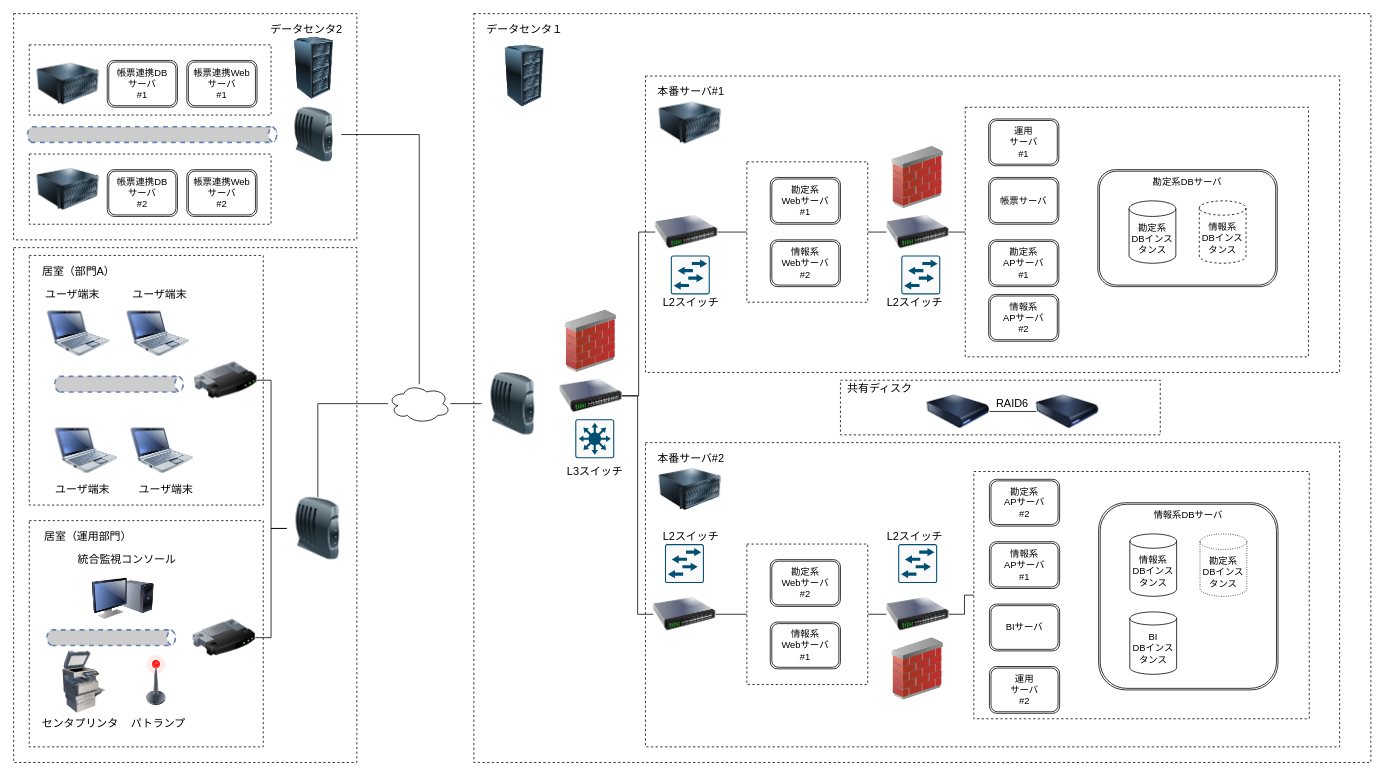
The draw.io diagram knjo-info-system.drawio in shunikd/sandbox, before the edit. Source tidied: cells renumbered, new cells numbered last; positions are measured from the earlier drawing's top-left corner, leaving out a move shared by most shapes. Both pictures are drawn from the tidied source at 78%, with x=0, y=0 at pixel (13, 13).
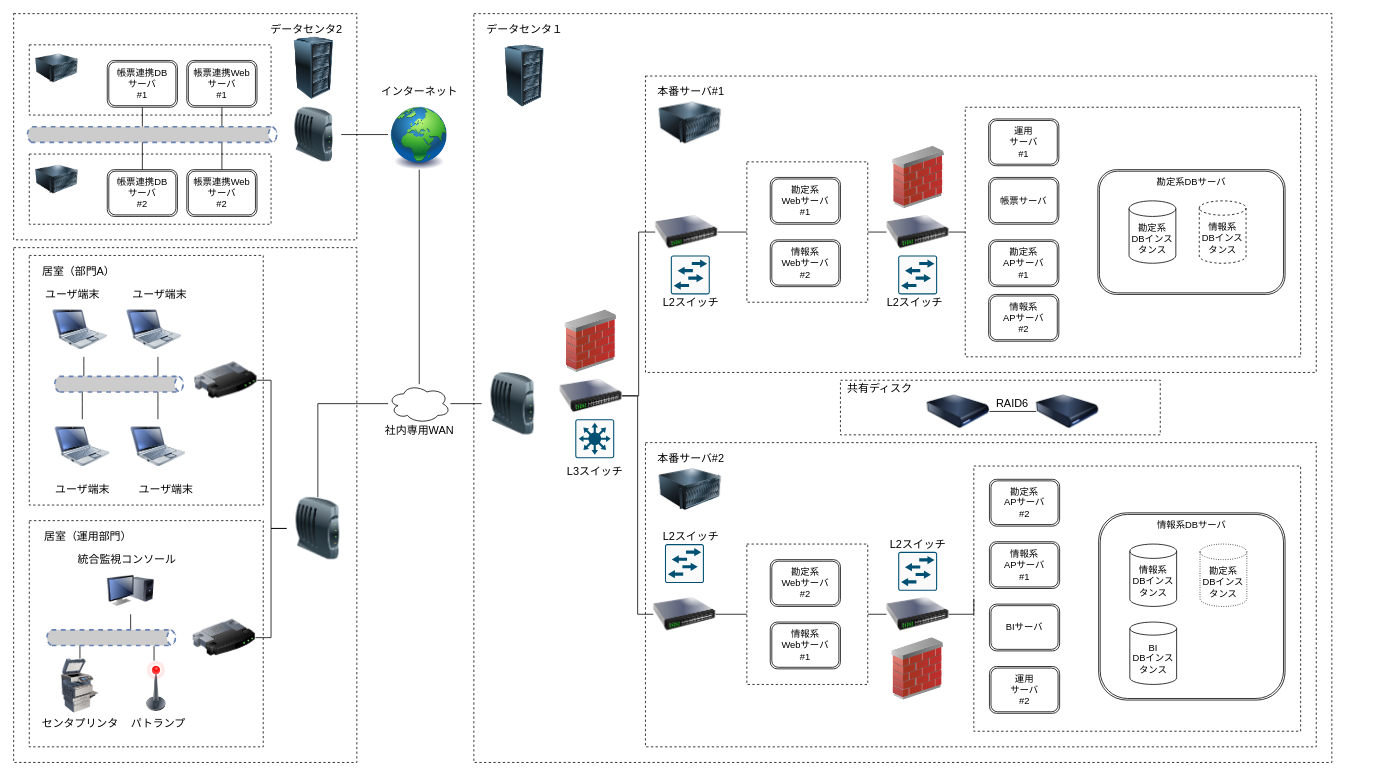
Above is the later version.

Commit message (it also covers changes not shown here):
knjo-info-system.drawio を更新します

The change refers to these unchanged cells:
```xml
<mxCell id="30" style="ellipse;shape=cloud;whiteSpace=wrap;html=1;" parent="1" vertex="1">
  <mxGeometry x="480" y="475" width="80" height="50" as="geometry" />
</mxCell>
<mxCell id="56" style="image;html=1;image=img/lib/clip_art/networking/Switch_128x128.png;dashed=1;fillColor=none;" parent="1" vertex="1">
  <mxGeometry x="1119" y="730" width="80" height="80" as="geometry" />
</mxCell>
<mxCell id="72" style="image;html=1;image=img/lib/clip_art/networking/Modem_128x128.png;" parent="1" vertex="1">
  <mxGeometry x="350" y="120" width="70" height="70" as="geometry" />
</mxCell>
<mxCell id="74" value="帳票連携Webサーバ&lt;br&gt;#2" style="shape=ext;double=1;rounded=1;whiteSpace=wrap;html=1;" parent="1" vertex="1">
  <mxGeometry x="222" y="200" width="90" height="60" as="geometry" />
</mxCell>
<mxCell id="75" value="帳票連携DB&lt;br&gt;サーバ&lt;br&gt;#2" style="shape=ext;double=1;rounded=1;whiteSpace=wrap;html=1;" parent="1" vertex="1">
  <mxGeometry x="120" y="200" width="90" height="60" as="geometry" />
</mxCell>
<mxCell id="84" style="html=1;outlineConnect=0;fillColor=#CCCCCC;strokeColor=#6881B3;gradientColor=none;gradientDirection=north;strokeWidth=2;shape=mxgraph.networks.bus;gradientColor=none;gradientDirection=north;fontColor=#ffffff;perimeter=backbonePerimeter;backboneSize=20;dashed=1;" parent="1" vertex="1">
  <mxGeometry x="50" y="470" width="170" height="10" as="geometry" />
</mxCell>
<mxCell id="85" style="html=1;outlineConnect=0;fillColor=#CCCCCC;strokeColor=#6881B3;gradientColor=none;gradientDirection=north;strokeWidth=2;shape=mxgraph.networks.bus;gradientColor=none;gradientDirection=north;fontColor=#ffffff;perimeter=backbonePerimeter;backboneSize=20;dashed=1;" parent="1" vertex="1">
  <mxGeometry x="40" y="795" width="170" height="10" as="geometry" />
</mxCell>
<mxCell id="86" value="帳票連携Webサーバ&lt;br&gt;#1" style="shape=ext;double=1;rounded=1;whiteSpace=wrap;html=1;" parent="1" vertex="1">
  <mxGeometry x="222" y="60" width="90" height="60" as="geometry" />
</mxCell>
<mxCell id="87" value="帳票連携DB&lt;br&gt;サーバ&lt;br&gt;#1" style="shape=ext;double=1;rounded=1;whiteSpace=wrap;html=1;" parent="1" vertex="1">
  <mxGeometry x="120" y="60" width="90" height="60" as="geometry" />
</mxCell>
<mxCell id="89" style="html=1;outlineConnect=0;fillColor=#CCCCCC;strokeColor=#6881B3;gradientColor=none;gradientDirection=north;strokeWidth=2;shape=mxgraph.networks.bus;gradientColor=none;gradientDirection=north;fontColor=#ffffff;perimeter=backbonePerimeter;backboneSize=20;dashed=1;" parent="1" vertex="1">
  <mxGeometry x="15" y="150" width="325" height="10" as="geometry" />
</mxCell>
```

Change to the diagram source:
```diff
@@
     <mxCell id="2" style="rounded=0;whiteSpace=wrap;html=1;dashed=1;fillColor=none;" parent="1" vertex="1">
-      <mxGeometry x="590" width="1150" height="960" as="geometry" />
+      <mxGeometry x="590" width="1100" height="960" as="geometry" />
     </mxCell>
@@
     <mxCell id="8" style="rounded=0;whiteSpace=wrap;html=1;dashed=1;fillColor=none;" parent="1" vertex="1">
-      <mxGeometry x="810" y="550" width="890" height="390" as="geometry" />
+      <mxGeometry x="810" y="550" width="860" height="390" as="geometry" />
     </mxCell>
     <mxCell id="9" style="rounded=0;whiteSpace=wrap;html=1;dashed=1;fillColor=none;" parent="1" vertex="1">
-      <mxGeometry x="810" y="80" width="890" height="380" as="geometry" />
+      <mxGeometry x="810" y="80" width="860" height="380" as="geometry" />
     </mxCell>
@@
     <mxCell id="13" style="rounded=0;whiteSpace=wrap;html=1;dashed=1;fillColor=none;" parent="1" vertex="1">
-      <mxGeometry x="1231" y="587" width="430" height="317" as="geometry" />
+      <mxGeometry x="1231" y="580" width="419" height="340" as="geometry" />
     </mxCell>
     <mxCell id="14" style="rounded=0;whiteSpace=wrap;html=1;dashed=1;fillColor=none;" parent="1" vertex="1">
-      <mxGeometry x="1220" y="120" width="440" height="320" as="geometry" />
+      <mxGeometry x="1220" y="120" width="430" height="320" as="geometry" />
     </mxCell>
@@
+    <mxCell id="110" style="edgeStyle=orthogonalEdgeStyle;rounded=0;jettySize=auto;html=1;endArrow=none;endFill=0;fontSize=14;" parent="1" edge="1" source="18" target="84">
+      <mxGeometry relative="1" as="geometry">
+        <Array as="points">
+          <mxPoint x="185" y="464" />
+          <mxPoint x="185" y="464" />
+        </Array>
+      </mxGeometry>
+    </mxCell>
     <mxCell id="18" style="image;html=1;image=img/lib/clip_art/computers/Netbook_128x128.png;" parent="1" vertex="1">
-      <mxGeometry x="145" y="370" width="80" height="80" as="geometry" />
+      <mxGeometry x="145" y="370" width="70" height="70" as="geometry" />
     </mxCell>
@@
-    <mxCell id="29" style="edgeStyle=orthogonalEdgeStyle;rounded=0;jettySize=auto;html=1;entryX=1;entryY=0.5;entryDx=0;entryDy=0;endArrow=none;endFill=0;" parent="1" edge="1" source="30" target="72">
+    <mxCell id="29" style="edgeStyle=orthogonalEdgeStyle;rounded=0;jettySize=auto;html=1;entryX=1;entryY=0.5;entryDx=0;entryDy=0;endArrow=none;endFill=0;" parent="1" edge="1" source="121" target="72">
       <mxGeometry relative="1" as="geometry">
         <Array as="points">
           <mxPoint x="520" y="155" />
         </Array>
       </mxGeometry>
     </mxCell>
@@
     <mxCell id="36" style="verticalLabelPosition=bottom;html=1;verticalAlign=top;align=center;shape=mxgraph.cisco19.rect;prIcon=l2_switch;fillColor=#FAFAFA;strokeColor=#005073;" parent="1" vertex="1">
-      <mxGeometry x="1138" y="310" width="50" height="50" as="geometry" />
+      <mxGeometry x="1134" y="310" width="50" height="50" as="geometry" />
     </mxCell>
     <mxCell id="37" style="verticalLabelPosition=bottom;html=1;verticalAlign=top;align=center;shape=mxgraph.cisco19.rect;prIcon=l2_switch;fillColor=#FAFAFA;strokeColor=#005073;" parent="1" vertex="1">
-      <mxGeometry x="1134" y="680" width="50" height="50" as="geometry" />
+      <mxGeometry x="1134" y="690" width="50" height="50" as="geometry" />
     </mxCell>
@@
     <mxCell id="39" value="勘定系DBサーバ" style="shape=ext;double=1;rounded=1;whiteSpace=wrap;html=1;verticalAlign=top;" parent="1" vertex="1">
-      <mxGeometry x="1390" y="200" width="230" height="150" as="geometry" />
+      <mxGeometry x="1390" y="200" width="240" height="160" as="geometry" />
     </mxCell>
@@
     <mxCell id="41" value="情報系DBサーバ" style="shape=ext;double=1;rounded=1;whiteSpace=wrap;html=1;verticalAlign=top;" parent="1" vertex="1">
-      <mxGeometry x="1391" y="627" width="230" height="240" as="geometry" />
+      <mxGeometry x="1391" y="640" width="239" height="240" as="geometry" />
     </mxCell>
     <mxCell id="42" value="情報系&lt;br&gt;DBインスタンス" style="shape=cylinder3;whiteSpace=wrap;html=1;boundedLbl=1;backgroundOutline=1;size=9.199981689453125;" parent="1" vertex="1">
-      <mxGeometry x="1431" y="667" width="60" height="80" as="geometry" />
+      <mxGeometry x="1431" y="680" width="60" height="80" as="geometry" />
     </mxCell>
     <mxCell id="43" value="BI&lt;br&gt;DBインスタンス" style="shape=cylinder3;whiteSpace=wrap;html=1;boundedLbl=1;backgroundOutline=1;size=8.399993896484375;" parent="1" vertex="1">
-      <mxGeometry x="1431" y="767" width="60" height="80" as="geometry" />
+      <mxGeometry x="1431" y="780" width="60" height="80" as="geometry" />
     </mxCell>
     <mxCell id="44" value="勘定系&lt;br&gt;DBインスタンス" style="shape=cylinder3;whiteSpace=wrap;html=1;boundedLbl=1;backgroundOutline=1;size=9.999984741210938;dashed=1;dashPattern=1 2;" parent="1" vertex="1">
-      <mxGeometry x="1521" y="667" width="60" height="80" as="geometry" />
+      <mxGeometry x="1521" y="680" width="60" height="80" as="geometry" />
     </mxCell>
@@
     <mxCell id="55" style="edgeStyle=orthogonalEdgeStyle;rounded=0;jettySize=auto;html=1;entryX=0;entryY=0.5;entryDx=0;entryDy=0;endArrow=none;endFill=0;" parent="1" edge="1" source="56" target="13">
-      <mxGeometry relative="1" as="geometry" />
+      <mxGeometry relative="1" as="geometry">
+        <Array as="points">
+          <mxPoint x="1231" y="770" />
+        </Array>
+      </mxGeometry>
     </mxCell>
@@
+    <mxCell id="111" style="edgeStyle=orthogonalEdgeStyle;rounded=0;jettySize=auto;html=1;endArrow=none;endFill=0;fontSize=14;" parent="1" edge="1" source="57" target="84">
+      <mxGeometry relative="1" as="geometry">
+        <Array as="points">
+          <mxPoint x="90" y="450" />
+          <mxPoint x="90" y="450" />
+        </Array>
+      </mxGeometry>
+    </mxCell>
     <mxCell id="57" style="image;html=1;image=img/lib/clip_art/computers/Netbook_128x128.png;" parent="1" vertex="1">
-      <mxGeometry x="43" y="370" width="80" height="80" as="geometry" />
+      <mxGeometry x="50" y="370" width="70" height="70" as="geometry" />
     </mxCell>
+    <mxCell id="112" style="edgeStyle=orthogonalEdgeStyle;rounded=0;jettySize=auto;html=1;endArrow=none;endFill=0;fontSize=14;" parent="1" edge="1" source="58" target="84">
+      <mxGeometry relative="1" as="geometry">
+        <Array as="points">
+          <mxPoint x="185" y="500" />
+          <mxPoint x="185" y="500" />
+        </Array>
+      </mxGeometry>
+    </mxCell>
     <mxCell id="58" style="image;html=1;image=img/lib/clip_art/computers/Netbook_128x128.png;" parent="1" vertex="1">
-      <mxGeometry x="150" y="520" width="80" height="80" as="geometry" />
+      <mxGeometry x="150" y="520" width="70" height="70" as="geometry" />
     </mxCell>
@@
+    <mxCell id="113" style="edgeStyle=orthogonalEdgeStyle;rounded=0;jettySize=auto;html=1;endArrow=none;endFill=0;fontSize=14;" parent="1" edge="1" source="64" target="85">
+      <mxGeometry relative="1" as="geometry">
+        <Array as="points">
+          <mxPoint x="150" y="780" />
+          <mxPoint x="150" y="780" />
+        </Array>
+      </mxGeometry>
+    </mxCell>
     <mxCell id="64" style="image;html=1;image=img/lib/clip_art/computers/Monitor_Tower_128x128.png;dashed=1;fillColor=none;" parent="1" vertex="1">
-      <mxGeometry x="100" y="710" width="80" height="80" as="geometry" />
+      <mxGeometry x="120" y="710" width="60" height="60" as="geometry" />
     </mxCell>
+    <mxCell id="114" style="edgeStyle=orthogonalEdgeStyle;rounded=0;jettySize=auto;html=1;endArrow=none;endFill=0;fontSize=14;" parent="1" edge="1" source="65" target="85">
+      <mxGeometry relative="1" as="geometry">
+        <Array as="points">
+          <mxPoint x="85" y="820" />
+          <mxPoint x="85" y="820" />
+        </Array>
+      </mxGeometry>
+    </mxCell>
     <mxCell id="65" style="image;html=1;image=img/lib/clip_art/computers/Printer_Commercial_128x128.png;dashed=1;fillColor=none;" parent="1" vertex="1">
-      <mxGeometry x="50" y="817" width="80" height="80" as="geometry" />
+      <mxGeometry x="50" y="827" width="70" height="70" as="geometry" />
     </mxCell>
@@
+    <mxCell id="115" style="edgeStyle=orthogonalEdgeStyle;rounded=0;jettySize=auto;html=1;endArrow=none;endFill=0;fontSize=14;" parent="1" edge="1" source="74" target="89">
+      <mxGeometry relative="1" as="geometry">
+        <Array as="points">
+          <mxPoint x="267" y="170" />
+          <mxPoint x="267" y="170" />
+        </Array>
+      </mxGeometry>
+    </mxCell>
@@
+    <mxCell id="116" style="edgeStyle=orthogonalEdgeStyle;rounded=0;jettySize=auto;html=1;exitX=0.5;exitY=0;exitDx=0;exitDy=0;endArrow=none;endFill=0;fontSize=14;" parent="1" edge="1" source="75" target="89">
+      <mxGeometry relative="1" as="geometry">
+        <Array as="points">
+          <mxPoint x="165" y="170" />
+          <mxPoint x="165" y="170" />
+        </Array>
+      </mxGeometry>
+    </mxCell>
@@
     <mxCell id="76" style="image;html=1;image=img/lib/clip_art/computers/Server_128x128.png;dashed=1;fillColor=none;" parent="1" vertex="1">
-      <mxGeometry x="30" y="185" width="80" height="80" as="geometry" />
+      <mxGeometry x="28" y="185" width="55" height="55" as="geometry" />
     </mxCell>
@@
     <mxCell id="79" style="image;html=1;image=img/lib/clip_art/networking/Firewall_02_128x128.png;dashed=1;fillColor=none;" parent="1" vertex="1">
-      <mxGeometry x="1119" y="170" width="80" height="80" as="geometry" />
+      <mxGeometry x="1120" y="170" width="80" height="80" as="geometry" />
     </mxCell>
@@
+    <mxCell id="117" style="edgeStyle=orthogonalEdgeStyle;rounded=0;jettySize=auto;html=1;endArrow=none;endFill=0;fontSize=14;" parent="1" edge="1" source="82" target="84">
+      <mxGeometry relative="1" as="geometry">
+        <Array as="points">
+          <mxPoint x="88" y="500" />
+          <mxPoint x="88" y="500" />
+        </Array>
+      </mxGeometry>
+    </mxCell>
     <mxCell id="82" style="image;html=1;image=img/lib/clip_art/computers/Netbook_128x128.png;" parent="1" vertex="1">
-      <mxGeometry x="53" y="520" width="80" height="80" as="geometry" />
+      <mxGeometry x="53" y="520" width="70" height="70" as="geometry" />
     </mxCell>
+    <mxCell id="118" style="edgeStyle=orthogonalEdgeStyle;rounded=0;jettySize=auto;html=1;endArrow=none;endFill=0;fontSize=14;" parent="1" edge="1" source="83">
+      <mxGeometry relative="1" as="geometry">
+        <mxPoint x="180" y="810.8" as="targetPoint" />
+        <Array as="points">
+          <mxPoint x="180" y="820" />
+          <mxPoint x="180" y="820" />
+        </Array>
+      </mxGeometry>
+    </mxCell>
     <mxCell id="83" style="image;html=1;image=img/lib/clip_art/telecommunication/Signal_tower_off_128x128.png;dashed=1;fillColor=none;" parent="1" vertex="1">
-      <mxGeometry x="150" y="822" width="65" height="65" as="geometry" />
+      <mxGeometry x="150" y="829.5" width="65" height="65" as="geometry" />
     </mxCell>
@@
+    <mxCell id="119" style="edgeStyle=orthogonalEdgeStyle;rounded=0;jettySize=auto;html=1;endArrow=none;endFill=0;fontSize=14;" parent="1" edge="1" source="86" target="89">
+      <mxGeometry relative="1" as="geometry">
+        <Array as="points">
+          <mxPoint x="267" y="140" />
+          <mxPoint x="267" y="140" />
+        </Array>
+      </mxGeometry>
+    </mxCell>
@@
+    <mxCell id="120" style="edgeStyle=orthogonalEdgeStyle;rounded=0;jettySize=auto;html=1;endArrow=none;endFill=0;fontSize=14;" parent="1" edge="1" source="87" target="89">
+      <mxGeometry relative="1" as="geometry">
+        <Array as="points">
+          <mxPoint x="165" y="144" />
+          <mxPoint x="165" y="144" />
+        </Array>
+      </mxGeometry>
+    </mxCell>
@@
     <mxCell id="88" style="image;html=1;image=img/lib/clip_art/computers/Server_128x128.png;dashed=1;fillColor=none;" parent="1" vertex="1">
-      <mxGeometry x="30" y="50" width="80" height="80" as="geometry" />
+      <mxGeometry x="28" y="42.5" width="55" height="55" as="geometry" />
     </mxCell>
@@
     <mxCell id="94" value="L2スイッチ" style="text;html=1;align=center;verticalAlign=middle;fillColor=none;strokeColor=none;rounded=0;dashed=1;fontSize=14;" parent="1" vertex="1">
-      <mxGeometry x="1110" y="660" width="90" height="20" as="geometry" />
+      <mxGeometry x="1114" y="670" width="90" height="20" as="geometry" />
     </mxCell>
@@
+    <mxCell id="121" style="image;html=1;image=img/lib/clip_art/general/Earth_globe_128x128.png;dashed=1;fillColor=none;fontSize=14;" parent="1" vertex="1">
+      <mxGeometry x="480" y="120" width="80" height="80" as="geometry" />
+    </mxCell>
+    <mxCell id="122" style="edgeStyle=orthogonalEdgeStyle;rounded=0;jettySize=auto;html=1;entryX=0.5;entryY=1;entryDx=0;entryDy=0;endArrow=none;endFill=0;" parent="1" edge="1" source="30" target="121">
+      <mxGeometry relative="1" as="geometry" />
+    </mxCell>
+    <mxCell id="123" value="インターネット" style="text;html=1;align=center;verticalAlign=middle;fillColor=none;strokeColor=none;rounded=0;dashed=1;fontSize=14;" parent="1" vertex="1">
+      <mxGeometry x="465" y="90" width="110" height="20" as="geometry" />
+    </mxCell>
+    <mxCell id="124" value="社内専用WAN" style="text;html=1;align=center;verticalAlign=middle;fillColor=none;strokeColor=none;rounded=0;dashed=1;fontSize=14;" parent="1" vertex="1">
+      <mxGeometry x="470" y="525" width="100" height="20" as="geometry" />
+    </mxCell>
```
